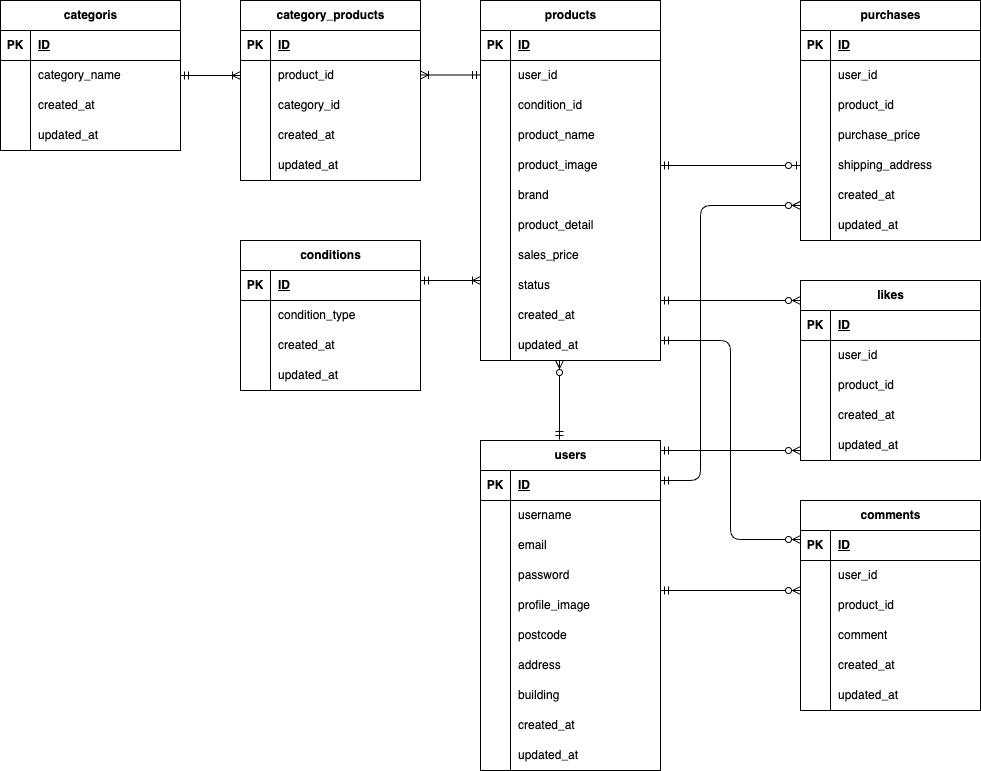
Earlier version of the draw.io export er.drawio.png (TAKAHASHI-Saya/flea_market). Source tidied: cells renumbered, new cells last; positions are measured from the earlier drawing's top-left corner, leaving out a move shared by most shapes.
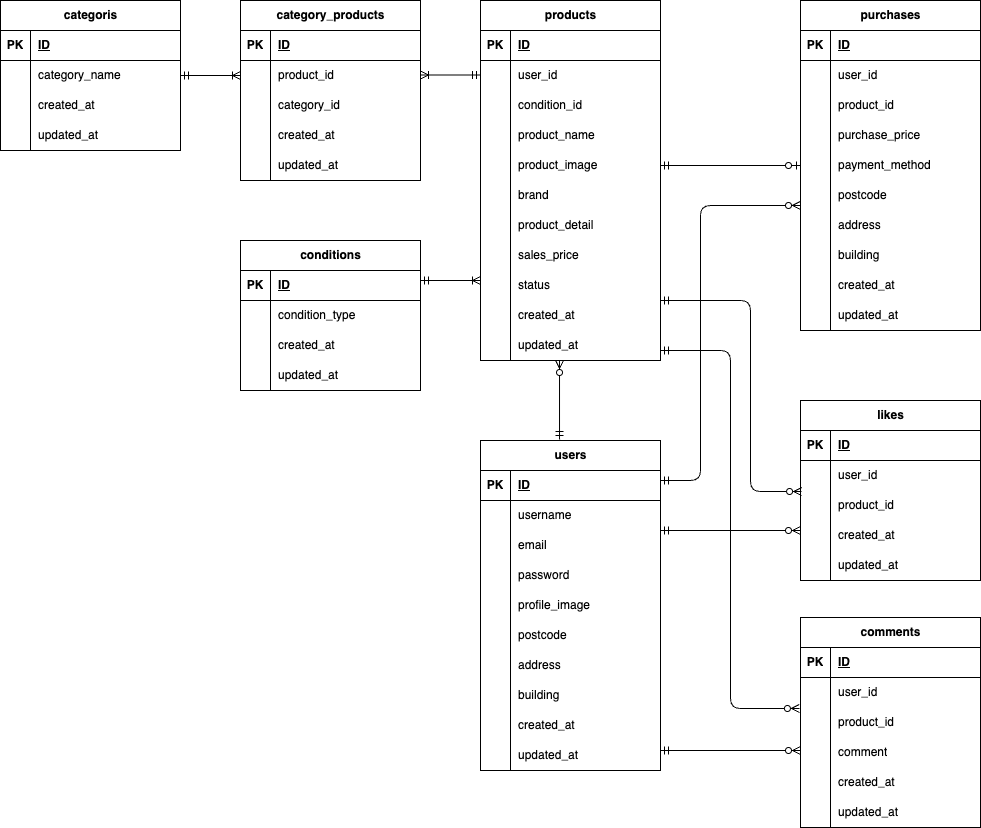
After the commit.

Change to the diagram source:
```diff
@@ -324,7 +324,7 @@
       <mxGeometry x="30" width="150" height="30" as="geometry" />
     </mxCell>
     <mxCell id="109" value="likes" style="shape=table;startSize=30;rowLines=0;fontStyle=1;align=center;html=1;" parent="1" vertex="1">
-      <mxGeometry x="800" y="280" width="180" height="180" as="geometry" />
+      <mxGeometry x="800" y="400" width="180" height="180" as="geometry" />
     </mxCell>
     <mxCell id="110" style="shape=tableRow;horizontal=0;startSize=0;swimlaneHead=0;swimlaneBody=0;fillColor=none;top=0;left=0;right=0;bottom=1;" parent="109" vertex="1">
       <mxGeometry y="30" width="180" height="30" as="geometry" />
@@ -372,7 +372,7 @@
       <mxGeometry x="30" width="150" height="30" as="geometry" />
     </mxCell>
     <mxCell id="125" value="comments" style="shape=table;startSize=30;rowLines=0;fontStyle=1;align=center;html=1;" parent="1" vertex="1">
-      <mxGeometry x="800" y="500" width="180" height="210" as="geometry" />
+      <mxGeometry x="800" y="617" width="180" height="210" as="geometry" />
     </mxCell>
     <mxCell id="126" style="shape=tableRow;horizontal=0;startSize=0;swimlaneHead=0;swimlaneBody=0;fillColor=none;top=0;left=0;right=0;bottom=1;" parent="125" vertex="1">
       <mxGeometry y="30" width="180" height="30" as="geometry" />
@@ -429,7 +429,7 @@
       <mxGeometry x="30" width="150" height="30" as="geometry" />
     </mxCell>
     <mxCell id="144" value="purchases" style="shape=table;startSize=30;rowLines=0;fontStyle=1;align=center;html=1;" parent="1" vertex="1">
-      <mxGeometry x="800" width="180" height="240" as="geometry" />
+      <mxGeometry x="800" width="180" height="330" as="geometry" />
     </mxCell>
     <mxCell id="145" style="shape=tableRow;horizontal=0;startSize=0;swimlaneHead=0;swimlaneBody=0;fillColor=none;top=0;left=0;right=0;bottom=1;" parent="144" vertex="1">
       <mxGeometry y="30" width="180" height="30" as="geometry" />
@@ -473,7 +473,7 @@
     <mxCell id="158" style="shape=partialRectangle;fillColor=none;top=0;left=0;bottom=0;right=0;overflow=hidden;whiteSpace=wrap;html=1;" parent="157" vertex="1">
       <mxGeometry width="30" height="30" as="geometry" />
     </mxCell>
-    <mxCell id="159" value="shipping_address" style="shape=partialRectangle;fillColor=none;top=0;left=0;bottom=0;right=0;align=left;spacingLeft=6;overflow=hidden;whiteSpace=wrap;html=1;" parent="157" vertex="1">
+    <mxCell id="159" value="payment_method" style="shape=partialRectangle;fillColor=none;top=0;left=0;bottom=0;right=0;align=left;spacingLeft=6;overflow=hidden;whiteSpace=wrap;html=1;" parent="157" vertex="1">
       <mxGeometry x="30" width="150" height="30" as="geometry" />
     </mxCell>
     <mxCell id="160" style="shape=tableRow;horizontal=0;startSize=0;swimlaneHead=0;swimlaneBody=0;fillColor=none;points=[[0,0.5],[1,0.5]];portConstraint=eastwest;top=0;left=0;right=0;bottom=0;" parent="144" vertex="1">
@@ -482,7 +482,7 @@
     <mxCell id="161" style="shape=partialRectangle;fillColor=none;top=0;left=0;bottom=0;right=0;overflow=hidden;whiteSpace=wrap;html=1;" parent="160" vertex="1">
       <mxGeometry width="30" height="30" as="geometry" />
     </mxCell>
-    <mxCell id="162" value="created_at" style="shape=partialRectangle;fillColor=none;top=0;left=0;bottom=0;right=0;align=left;spacingLeft=6;overflow=hidden;whiteSpace=wrap;html=1;" parent="160" vertex="1">
+    <mxCell id="162" value="postcode" style="shape=partialRectangle;fillColor=none;top=0;left=0;bottom=0;right=0;align=left;spacingLeft=6;overflow=hidden;whiteSpace=wrap;html=1;" parent="160" vertex="1">
       <mxGeometry x="30" width="150" height="30" as="geometry" />
     </mxCell>
     <mxCell id="163" style="shape=tableRow;horizontal=0;startSize=0;swimlaneHead=0;swimlaneBody=0;fillColor=none;top=0;left=0;right=0;bottom=0;" parent="144" vertex="1">
@@ -491,9 +491,36 @@
     <mxCell id="164" style="shape=partialRectangle;fillColor=none;top=0;left=0;bottom=0;right=0;overflow=hidden;whiteSpace=wrap;html=1;" parent="163" vertex="1">
       <mxGeometry width="30" height="30" as="geometry" />
     </mxCell>
-    <mxCell id="165" value="updated_at" style="shape=partialRectangle;fillColor=none;top=0;left=0;bottom=0;right=0;align=left;spacingLeft=6;overflow=hidden;whiteSpace=wrap;html=1;" parent="163" vertex="1">
+    <mxCell id="165" value="address" style="shape=partialRectangle;fillColor=none;top=0;left=0;bottom=0;right=0;align=left;spacingLeft=6;overflow=hidden;whiteSpace=wrap;html=1;" parent="163" vertex="1">
       <mxGeometry x="30" width="150" height="30" as="geometry" />
     </mxCell>
+    <mxCell id="176" style="shape=tableRow;horizontal=0;startSize=0;swimlaneHead=0;swimlaneBody=0;fillColor=none;top=0;left=0;right=0;bottom=0;" parent="144" vertex="1">
+      <mxGeometry y="240" width="180" height="30" as="geometry" />
+    </mxCell>
+    <mxCell id="177" style="shape=partialRectangle;fillColor=none;top=0;left=0;bottom=0;right=0;overflow=hidden;whiteSpace=wrap;html=1;" parent="176" vertex="1">
+      <mxGeometry width="30" height="30" as="geometry" />
+    </mxCell>
+    <mxCell id="178" value="building" style="shape=partialRectangle;fillColor=none;top=0;left=0;bottom=0;right=0;align=left;spacingLeft=6;overflow=hidden;whiteSpace=wrap;html=1;" parent="176" vertex="1">
+      <mxGeometry x="30" width="150" height="30" as="geometry" />
+    </mxCell>
+    <mxCell id="179" style="shape=tableRow;horizontal=0;startSize=0;swimlaneHead=0;swimlaneBody=0;fillColor=none;top=0;left=0;right=0;bottom=0;" parent="144" vertex="1">
+      <mxGeometry y="270" width="180" height="30" as="geometry" />
+    </mxCell>
+    <mxCell id="180" style="shape=partialRectangle;fillColor=none;top=0;left=0;bottom=0;right=0;overflow=hidden;whiteSpace=wrap;html=1;" parent="179" vertex="1">
+      <mxGeometry width="30" height="30" as="geometry" />
+    </mxCell>
+    <mxCell id="181" value="created_at" style="shape=partialRectangle;fillColor=none;top=0;left=0;bottom=0;right=0;align=left;spacingLeft=6;overflow=hidden;whiteSpace=wrap;html=1;" parent="179" vertex="1">
+      <mxGeometry x="30" width="150" height="30" as="geometry" />
+    </mxCell>
+    <mxCell id="182" style="shape=tableRow;horizontal=0;startSize=0;swimlaneHead=0;swimlaneBody=0;fillColor=none;top=0;left=0;right=0;bottom=0;" parent="144" vertex="1">
+      <mxGeometry y="300" width="180" height="30" as="geometry" />
+    </mxCell>
+    <mxCell id="183" style="shape=partialRectangle;fillColor=none;top=0;left=0;bottom=0;right=0;overflow=hidden;whiteSpace=wrap;html=1;" parent="182" vertex="1">
+      <mxGeometry width="30" height="30" as="geometry" />
+    </mxCell>
+    <mxCell id="184" value="updated_at" style="shape=partialRectangle;fillColor=none;top=0;left=0;bottom=0;right=0;align=left;spacingLeft=6;overflow=hidden;whiteSpace=wrap;html=1;" parent="182" vertex="1">
+      <mxGeometry x="30" width="150" height="30" as="geometry" />
+    </mxCell>
     <mxCell id="166" style="fontSize=12;html=1;endArrow=ERoneToMany;endFill=0;startArrow=ERmandOne;startFill=0;exitX=1;exitY=0.5;exitDx=0;exitDy=0;entryX=0;entryY=0.5;entryDx=0;entryDy=0;" parent="1" edge="1" source="6" target="19">
       <mxGeometry relative="1" as="geometry" />
     </mxCell>
@@ -515,19 +542,21 @@
     <mxCell id="170" style="fontSize=12;html=1;endArrow=ERzeroToOne;endFill=0;startArrow=ERmandOne;startFill=0;exitX=1;exitY=0.5;exitDx=0;exitDy=0;entryX=0;entryY=0.5;entryDx=0;entryDy=0;" parent="1" edge="1" source="44" target="157">
       <mxGeometry relative="1" as="geometry" />
     </mxCell>
-    <mxCell id="171" style="fontSize=12;html=1;endArrow=ERzeroToMany;endFill=0;startArrow=ERmandOne;startFill=0;exitX=1;exitY=0.5;exitDx=0;exitDy=0;entryX=0;entryY=0.5;entryDx=0;entryDy=0;" parent="1" edge="1">
+    <mxCell id="171" style="fontSize=12;html=1;endArrow=ERzeroToMany;endFill=0;startArrow=ERmandOne;startFill=0;exitX=1;exitY=0.5;exitDx=0;exitDy=0;edgeStyle=orthogonalEdgeStyle;entryX=0.006;entryY=0.033;entryDx=0;entryDy=0;entryPerimeter=0;" parent="1" edge="1" target="116">
       <mxGeometry relative="1" as="geometry">
         <mxPoint x="660" y="300" as="sourcePoint" />
-        <mxPoint x="800" y="300" as="targetPoint" />
+        <Array as="points">
+          <mxPoint x="750" y="300" />
+          <mxPoint x="750" y="491" />
+        </Array>
       </mxGeometry>
     </mxCell>
-    <mxCell id="172" style="fontSize=12;html=1;endArrow=ERzeroToMany;endFill=0;startArrow=ERmandOne;startFill=0;exitX=1;exitY=0.5;exitDx=0;exitDy=0;edgeStyle=orthogonalEdgeStyle;" parent="1" edge="1">
+    <mxCell id="172" style="fontSize=12;html=1;endArrow=ERzeroToMany;endFill=0;startArrow=ERmandOne;startFill=0;exitX=1;exitY=0.5;exitDx=0;exitDy=0;edgeStyle=orthogonalEdgeStyle;entryX=-0.006;entryY=0.033;entryDx=0;entryDy=0;entryPerimeter=0;" parent="1" edge="1" target="132">
       <mxGeometry relative="1" as="geometry">
-        <mxPoint x="660" y="340" as="sourcePoint" />
-        <mxPoint x="800" y="539" as="targetPoint" />
+        <mxPoint x="660" y="350" as="sourcePoint" />
         <Array as="points">
-          <mxPoint x="730" y="340" />
-          <mxPoint x="730" y="539" />
+          <mxPoint x="730" y="350" />
+          <mxPoint x="730" y="708" />
         </Array>
       </mxGeometry>
     </mxCell>
@@ -542,14 +571,14 @@
     </mxCell>
     <mxCell id="174" style="fontSize=12;html=1;endArrow=ERzeroToMany;endFill=0;startArrow=ERmandOne;startFill=0;exitX=1;exitY=0.5;exitDx=0;exitDy=0;entryX=0;entryY=0.5;entryDx=0;entryDy=0;" parent="1" edge="1">
       <mxGeometry relative="1" as="geometry">
-        <mxPoint x="660" y="450" as="sourcePoint" />
-        <mxPoint x="800" y="450" as="targetPoint" />
+        <mxPoint x="660" y="530" as="sourcePoint" />
+        <mxPoint x="800" y="530" as="targetPoint" />
       </mxGeometry>
     </mxCell>
     <mxCell id="175" style="fontSize=12;html=1;endArrow=ERzeroToMany;endFill=0;startArrow=ERmandOne;startFill=0;exitX=1;exitY=0.5;exitDx=0;exitDy=0;entryX=0;entryY=0.5;entryDx=0;entryDy=0;" parent="1" edge="1">
       <mxGeometry relative="1" as="geometry">
-        <mxPoint x="660" y="590" as="sourcePoint" />
-        <mxPoint x="800" y="590" as="targetPoint" />
+        <mxPoint x="660" y="750" as="sourcePoint" />
+        <mxPoint x="800" y="750" as="targetPoint" />
       </mxGeometry>
     </mxCell>
   </root>
```
